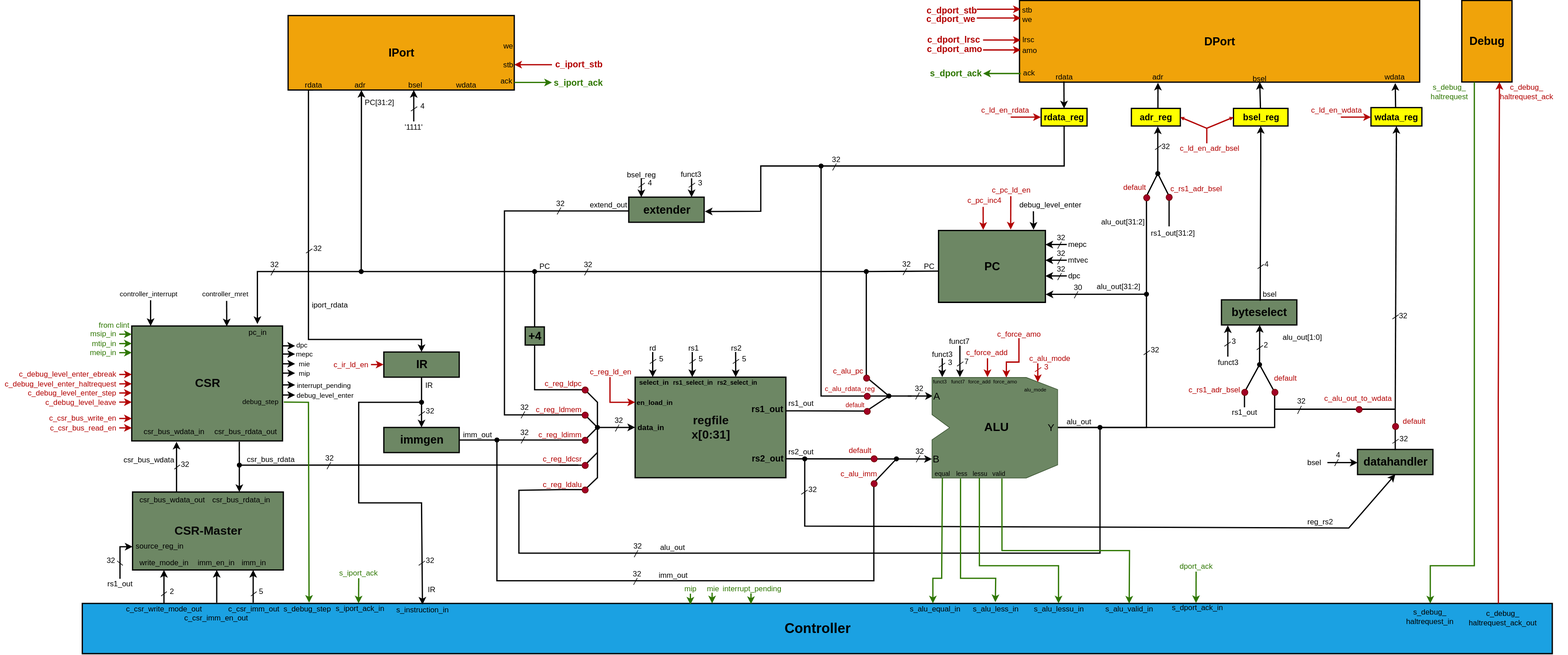
This is doc/manual/piconut/nuclei/figures/nucleus_ref/nucleus.drawio.svg from hsa-ees/piconut, a draw.io export, as it was before one commit. Source tidied: cells renumbered, new cells last; positions are measured from the earlier drawing's top-left corner, leaving out a move shared by most shapes.
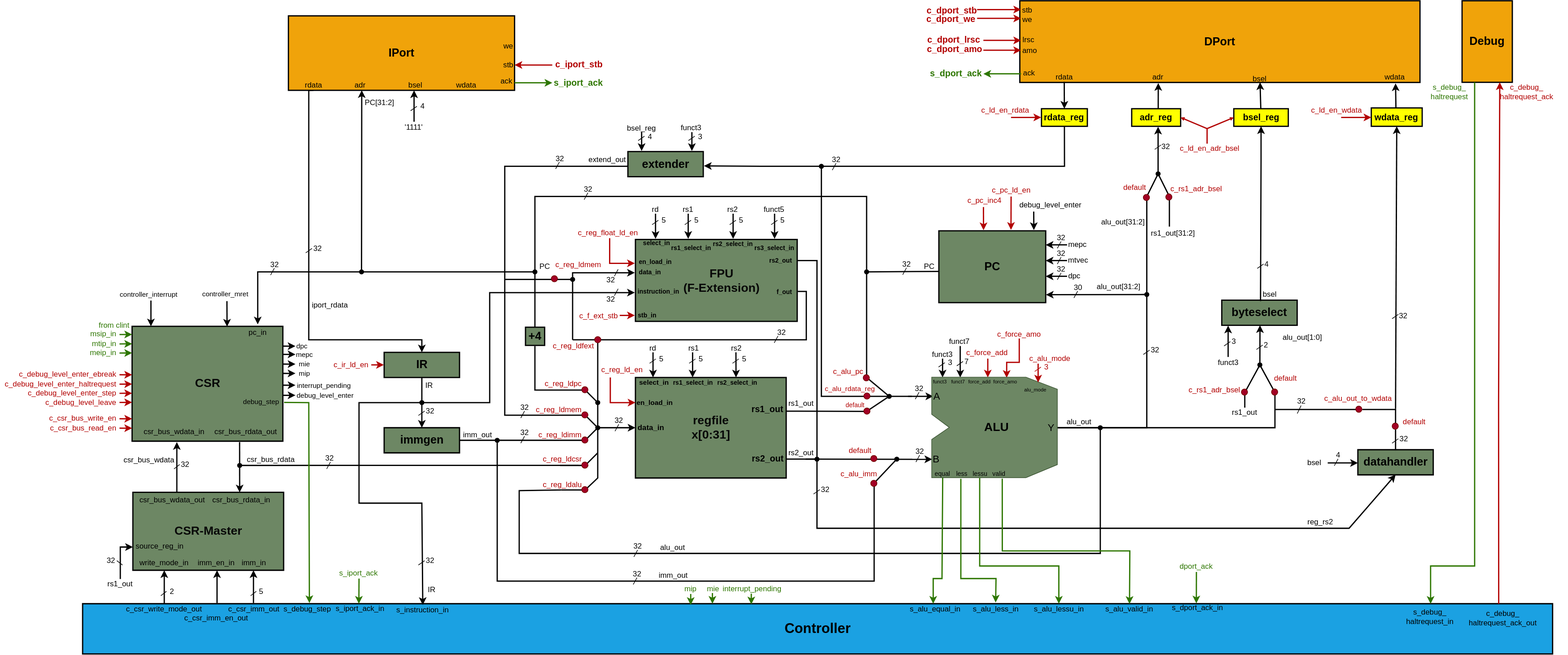
The same file after the commit.

Diff of the diagram source:
```diff
@@ -25,3 +25,4 @@
         <Array as="points">
-          <mxPoint x="803" y="334" />
+          <mxPoint x="999" y="263" />
+          <mxPoint x="803" y="263" />
           <mxPoint x="803" y="659" />
@@ -31,3 +32,3 @@
     <mxCell id="8" value="&lt;font color=&quot;#000000&quot; style=&quot;font-size: 18px;&quot;&gt;&lt;b&gt;extender&lt;/b&gt;&lt;/font&gt;" style="verticalLabelPosition=middle;verticalAlign=middle;html=1;shape=mxgraph.basic.rect;fillColor2=none;strokeWidth=2;size=20;indent=5;labelPosition=center;align=center;fillColor=#6d8764;fontColor=#ffffff;strokeColor=#000000;" parent="1" vertex="1">
-      <mxGeometry x="1000.9" y="312.6" width="120" height="40" as="geometry" />
+      <mxGeometry x="999" y="239.6" width="120" height="40" as="geometry" />
     </mxCell>
@@ -98,3 +99,4 @@
         <Array as="points">
-          <mxPoint x="851" y="431" />
+          <mxPoint x="851" y="311" />
+          <mxPoint x="1379" y="311" />
         </Array>
@@ -218,5 +220,5 @@
       <mxGeometry relative="1" as="geometry">
-        <mxPoint x="1281" y="729" as="sourcePoint" />
+        <mxPoint x="1300" y="729" as="sourcePoint" />
         <Array as="points">
-          <mxPoint x="1281" y="836" />
+          <mxPoint x="1300" y="839" />
           <mxPoint x="2147" y="839" />
@@ -295,3 +297,2 @@
           <mxPoint x="1211" y="263" />
-          <mxPoint x="1211" y="335" />
         </Array>
@@ -301,4 +302,4 @@
       <mxGeometry relative="1" as="geometry">
-        <mxPoint x="1020.9" y="282.6" as="sourcePoint" />
-        <mxPoint x="1020.9" y="312.6" as="targetPoint" />
+        <mxPoint x="1020.9" y="208.6" as="sourcePoint" />
+        <mxPoint x="1020.9" y="238.6" as="targetPoint" />
       </mxGeometry>
@@ -307,4 +308,4 @@
       <mxGeometry relative="1" as="geometry">
-        <mxPoint x="1100.9" y="282.6" as="sourcePoint" />
-        <mxPoint x="1100.9" y="312.6" as="targetPoint" />
+        <mxPoint x="1100.9" y="208.6" as="sourcePoint" />
+        <mxPoint x="1100.9" y="238.6" as="targetPoint" />
       </mxGeometry>
@@ -431,6 +432,6 @@
     <mxCell id="96" value="funct3" style="text;html=1;align=center;verticalAlign=middle;whiteSpace=wrap;rounded=0;" parent="1" vertex="1">
-      <mxGeometry x="1077.9" y="267.6" width="44" height="16.8" as="geometry" />
+      <mxGeometry x="1077.9" y="193.6" width="44" height="16.8" as="geometry" />
     </mxCell>
     <mxCell id="97" value="bsel_reg" style="text;html=1;align=center;verticalAlign=middle;whiteSpace=wrap;rounded=0;" parent="1" vertex="1">
-      <mxGeometry x="1005.9" y="273.6" width="30" height="6.8" as="geometry" />
+      <mxGeometry x="1005.9" y="199.6" width="30" height="6.8" as="geometry" />
     </mxCell>
@@ -459,3 +460,3 @@
     <mxCell id="103" value="extend_out" style="text;html=1;align=center;verticalAlign=middle;whiteSpace=wrap;rounded=0;" parent="1" vertex="1">
-      <mxGeometry x="935.9" y="318.6" width="65" height="13" as="geometry" />
+      <mxGeometry x="934" y="246.6" width="65" height="13" as="geometry" />
     </mxCell>
@@ -576,3 +577,3 @@
     <mxCell id="130" style="group;direction=west;rotation=90;" parent="1" vertex="1">
-      <mxGeometry x="888.4" y="331.6" width="23" height="16" as="geometry" />
+      <mxGeometry x="886.5" y="259.6" width="23" height="16" as="geometry" />
     </mxCell>
@@ -684,3 +685,3 @@
     <mxCell id="157" style="group;" parent="1" vertex="1">
-      <mxGeometry x="1275" y="770" width="30" height="16" as="geometry" />
+      <mxGeometry x="1295" y="770" width="30" height="16" as="geometry" />
     </mxCell>
@@ -696,3 +697,3 @@
     <mxCell id="160" style="group;direction=west;rotation=90;" parent="1" vertex="1">
-      <mxGeometry x="931.9" y="428.6" width="23" height="16" as="geometry" />
+      <mxGeometry x="931.9" y="308.6" width="23" height="16" as="geometry" />
     </mxCell>
@@ -754,3 +755,3 @@
     <mxCell id="175" style="group;" parent="1" vertex="1">
-      <mxGeometry x="1015.9" y="281.6" width="30" height="16" as="geometry" />
+      <mxGeometry x="1015.9" y="207.6" width="30" height="16" as="geometry" />
     </mxCell>
@@ -766,3 +767,3 @@
     <mxCell id="178" style="group;" parent="1" vertex="1">
-      <mxGeometry x="1095.9" y="281.6" width="30" height="16" as="geometry" />
+      <mxGeometry x="1095.9" y="207.6" width="30" height="16" as="geometry" />
     </mxCell>
@@ -837,3 +838,3 @@
     <mxCell id="196" value="c_reg_ld_en" style="text;html=1;align=left;verticalAlign=middle;whiteSpace=wrap;rounded=0;fontColor=#B20000;labelBorderColor=none;" parent="1" vertex="1">
-      <mxGeometry x="937" y="582" width="72" height="17" as="geometry" />
+      <mxGeometry x="954.5" y="578" width="72" height="17" as="geometry" />
     </mxCell>
@@ -1783,2 +1784,228 @@
     </mxCell>
+    <mxCell id="414" value="&lt;font color=&quot;#080808&quot;&gt;&lt;span style=&quot;font-size: 19px;&quot;&gt;&lt;b&gt;&amp;nbsp; &amp;nbsp;FPU&lt;/b&gt;&lt;/span&gt;&lt;/font&gt;&lt;div&gt;&lt;font color=&quot;#080808&quot;&gt;&lt;span style=&quot;font-size: 19px;&quot;&gt;&lt;b&gt;&amp;nbsp; &amp;nbsp;(F-Extension)&lt;/b&gt;&lt;/span&gt;&lt;/font&gt;&lt;/div&gt;" style="verticalLabelPosition=middle;verticalAlign=middle;html=1;shape=mxgraph.basic.rect;fillColor2=none;strokeWidth=2;size=20;indent=5;labelPosition=center;align=center;fillColor=#6d8764;fontColor=#ffffff;strokeColor=#000000;" parent="1" vertex="1">
+      <mxGeometry x="1011" y="379.4" width="257.5" height="130.4" as="geometry" />
+    </mxCell>
+    <mxCell id="415" value="&lt;div style=&quot;font-size: 10px;&quot;&gt;&lt;b&gt;rs2_select_in&lt;/b&gt;&lt;/div&gt;" style="text;html=1;align=center;verticalAlign=middle;whiteSpace=wrap;rounded=0;rotation=0;fontSize=10;" parent="1" vertex="1">
+      <mxGeometry x="1135" y="379.4" width="63" height="12.2" as="geometry" />
+    </mxCell>
+    <mxCell id="416" value="&lt;div style=&quot;font-size: 10px;&quot;&gt;&lt;b&gt;rs1_select_in&lt;/b&gt;&lt;/div&gt;" style="text;html=1;align=center;verticalAlign=middle;whiteSpace=wrap;rounded=0;direction=west;rotation=0;fontSize=10;" parent="1" vertex="1">
+      <mxGeometry x="1069" y="385.5" width="62" height="14" as="geometry" />
+    </mxCell>
+    <mxCell id="417" value="&lt;div style=&quot;font-size: 10px;&quot;&gt;&lt;b&gt;rs3&lt;/b&gt;&lt;b style=&quot;background-color: transparent; color: light-dark(rgb(0, 0, 0), rgb(255, 255, 255));&quot;&gt;_select_in&lt;/b&gt;&lt;/div&gt;" style="text;html=1;align=center;verticalAlign=middle;whiteSpace=wrap;rounded=0;rotation=0;fontSize=10;" parent="1" vertex="1">
+      <mxGeometry x="1201" y="386.4" width="63" height="12.2" as="geometry" />
+    </mxCell>
+    <mxCell id="418" value="&lt;div style=&quot;font-size: 10px;&quot;&gt;&lt;b&gt;rs2_out&lt;/b&gt;&lt;/div&gt;" style="text;html=1;align=center;verticalAlign=middle;whiteSpace=wrap;rounded=0;rotation=0;fontSize=10;" parent="1" vertex="1">
+      <mxGeometry x="1211" y="406.9" width="63" height="12.2" as="geometry" />
+    </mxCell>
+    <mxCell id="419" value="&lt;div style=&quot;font-size: 10px;&quot;&gt;&lt;b&gt;select_in&lt;/b&gt;&lt;/div&gt;" style="text;html=1;align=center;verticalAlign=middle;whiteSpace=wrap;rounded=0;direction=west;rotation=0;fontSize=10;" parent="1" vertex="1">
+      <mxGeometry x="1014" y="378.3" width="62" height="14" as="geometry" />
+    </mxCell>
+    <mxCell id="420" value="&lt;div style=&quot;font-size: 10px;&quot;&gt;&lt;b&gt;en_load_in&lt;/b&gt;&lt;/div&gt;" style="text;html=1;align=center;verticalAlign=middle;whiteSpace=wrap;rounded=0;direction=west;rotation=0;fontSize=10;" parent="1" vertex="1">
+      <mxGeometry x="1012" y="408.4" width="62" height="14" as="geometry" />
+    </mxCell>
+    <mxCell id="421" value="&lt;div style=&quot;font-size: 10px;&quot;&gt;&lt;b&gt;data_in&lt;/b&gt;&lt;/div&gt;" style="text;html=1;align=center;verticalAlign=middle;whiteSpace=wrap;rounded=0;direction=west;rotation=0;fontSize=10;" parent="1" vertex="1">
+      <mxGeometry x="1015" y="424.4" width="39" height="14" as="geometry" />
+    </mxCell>
+    <mxCell id="422" value="&lt;div style=&quot;font-size: 10px;&quot;&gt;&lt;b&gt;stb_in&lt;/b&gt;&lt;/div&gt;" style="text;html=1;align=center;verticalAlign=middle;whiteSpace=wrap;rounded=0;direction=west;rotation=0;fontSize=10;" parent="1" vertex="1">
+      <mxGeometry x="1014" y="493.4" width="32" height="14" as="geometry" />
+    </mxCell>
+    <mxCell id="423" value="&lt;div style=&quot;font-size: 10px;&quot;&gt;&lt;b&gt;instruction_in&lt;/b&gt;&lt;/div&gt;" style="text;html=1;align=center;verticalAlign=middle;whiteSpace=wrap;rounded=0;direction=west;rotation=0;fontSize=10;" parent="1" vertex="1">
+      <mxGeometry x="1012" y="455.4" width="72" height="14" as="geometry" />
+    </mxCell>
+    <mxCell id="424" value="&lt;div style=&quot;font-size: 10px;&quot;&gt;&lt;b&gt;f_out&lt;/b&gt;&lt;/div&gt;" style="text;html=1;align=center;verticalAlign=middle;whiteSpace=wrap;rounded=0;direction=west;rotation=0;fontSize=10;" parent="1" vertex="1">
+      <mxGeometry x="1232.5" y="455.6" width="33" height="14" as="geometry" />
+    </mxCell>
+    <mxCell id="425" value="&lt;div style=&quot;&quot;&gt;&lt;font style=&quot;font-size: 12px;&quot;&gt;rd&lt;/font&gt;&lt;/div&gt;" style="text;html=1;align=center;verticalAlign=middle;whiteSpace=wrap;rounded=0;rotation=0;fontSize=10;direction=west;" parent="1" vertex="1">
+      <mxGeometry x="1017" y="322.4" width="52" height="20" as="geometry" />
+    </mxCell>
+    <mxCell id="426" style="endArrow=classic;html=1;rounded=0;entryX=0.25;entryY=0;entryDx=0;entryDy=0;entryPerimeter=0;strokeWidth=2;" parent="1" edge="1">
+      <mxGeometry relative="1" as="geometry">
+        <mxPoint x="1043" y="338.4" as="sourcePoint" />
+        <mxPoint x="1043" y="378.4" as="targetPoint" />
+      </mxGeometry>
+    </mxCell>
+    <mxCell id="427" style="group;" parent="1" vertex="1">
+      <mxGeometry x="1038" y="341.4" width="30" height="16" as="geometry" />
+    </mxCell>
+    <mxCell id="428" style="endArrow=none;html=1;rounded=0;" parent="427" edge="1">
+      <mxGeometry relative="1" as="geometry">
+        <mxPoint y="15" as="sourcePoint" />
+        <mxPoint x="10" y="8" as="targetPoint" />
+      </mxGeometry>
+    </mxCell>
+    <mxCell id="429" value="5" style="text;html=1;align=center;verticalAlign=middle;whiteSpace=wrap;rounded=0;" parent="427" vertex="1">
+      <mxGeometry x="7" width="23" height="16" as="geometry" />
+    </mxCell>
+    <mxCell id="430" value="&lt;div style=&quot;&quot;&gt;&lt;font style=&quot;font-size: 12px;&quot;&gt;rs1&lt;/font&gt;&lt;/div&gt;" style="text;html=1;align=center;verticalAlign=middle;whiteSpace=wrap;rounded=0;rotation=0;fontSize=10;direction=west;" parent="1" vertex="1">
+      <mxGeometry x="1069" y="322.4" width="52" height="20" as="geometry" />
+    </mxCell>
+    <mxCell id="431" style="endArrow=classic;html=1;rounded=0;entryX=0.25;entryY=0;entryDx=0;entryDy=0;entryPerimeter=0;strokeWidth=2;" parent="1" edge="1">
+      <mxGeometry relative="1" as="geometry">
+        <mxPoint x="1095" y="338.4" as="sourcePoint" />
+        <mxPoint x="1095" y="378.4" as="targetPoint" />
+      </mxGeometry>
+    </mxCell>
+    <mxCell id="432" style="group;" parent="1" vertex="1">
+      <mxGeometry x="1090" y="341.4" width="30" height="16" as="geometry" />
+    </mxCell>
+    <mxCell id="433" style="endArrow=none;html=1;rounded=0;" parent="432" edge="1">
+      <mxGeometry relative="1" as="geometry">
+        <mxPoint y="15" as="sourcePoint" />
+        <mxPoint x="10" y="8" as="targetPoint" />
+      </mxGeometry>
+    </mxCell>
+    <mxCell id="434" value="5" style="text;html=1;align=center;verticalAlign=middle;whiteSpace=wrap;rounded=0;" parent="432" vertex="1">
+      <mxGeometry x="7" width="23" height="16" as="geometry" />
+    </mxCell>
+    <mxCell id="435" value="&lt;div style=&quot;&quot;&gt;&lt;font style=&quot;font-size: 12px;&quot;&gt;rs2&lt;/font&gt;&lt;/div&gt;" style="text;html=1;align=center;verticalAlign=middle;whiteSpace=wrap;rounded=0;rotation=0;fontSize=10;direction=west;" parent="1" vertex="1">
+      <mxGeometry x="1140.5" y="322.4" width="52" height="20" as="geometry" />
+    </mxCell>
+    <mxCell id="436" style="endArrow=classic;html=1;rounded=0;entryX=0.25;entryY=0;entryDx=0;entryDy=0;entryPerimeter=0;strokeWidth=2;" parent="1" edge="1">
+      <mxGeometry relative="1" as="geometry">
+        <mxPoint x="1166.5" y="338.4" as="sourcePoint" />
+        <mxPoint x="1166.5" y="378.4" as="targetPoint" />
+      </mxGeometry>
+    </mxCell>
+    <mxCell id="437" style="group;" parent="1" vertex="1">
+      <mxGeometry x="1161.5" y="341.4" width="30" height="16" as="geometry" />
+    </mxCell>
+    <mxCell id="438" style="endArrow=none;html=1;rounded=0;" parent="437" edge="1">
+      <mxGeometry relative="1" as="geometry">
+        <mxPoint y="15" as="sourcePoint" />
+        <mxPoint x="10" y="8" as="targetPoint" />
+      </mxGeometry>
+    </mxCell>
+    <mxCell id="439" value="5" style="text;html=1;align=center;verticalAlign=middle;whiteSpace=wrap;rounded=0;" parent="437" vertex="1">
+      <mxGeometry x="7" width="23" height="16" as="geometry" />
+    </mxCell>
+    <mxCell id="440" value="&lt;div style=&quot;&quot;&gt;&lt;font style=&quot;font-size: 12px;&quot;&gt;funct5&lt;/font&gt;&lt;/div&gt;" style="text;html=1;align=center;verticalAlign=middle;whiteSpace=wrap;rounded=0;rotation=0;fontSize=10;direction=west;" parent="1" vertex="1">
+      <mxGeometry x="1206.5" y="322.4" width="52" height="20" as="geometry" />
+    </mxCell>
+    <mxCell id="441" style="endArrow=classic;html=1;rounded=0;entryX=0.25;entryY=0;entryDx=0;entryDy=0;entryPerimeter=0;strokeWidth=2;" parent="1" edge="1">
+      <mxGeometry relative="1" as="geometry">
+        <mxPoint x="1232.5" y="338.4" as="sourcePoint" />
+        <mxPoint x="1232.5" y="378.4" as="targetPoint" />
+      </mxGeometry>
+    </mxCell>
+    <mxCell id="442" style="group;" parent="1" vertex="1">
+      <mxGeometry x="1227.5" y="341.4" width="30" height="16" as="geometry" />
+    </mxCell>
+    <mxCell id="443" style="endArrow=none;html=1;rounded=0;" parent="442" edge="1">
+      <mxGeometry relative="1" as="geometry">
+        <mxPoint y="15" as="sourcePoint" />
+        <mxPoint x="10" y="8" as="targetPoint" />
+      </mxGeometry>
+    </mxCell>
+    <mxCell id="444" value="5" style="text;html=1;align=center;verticalAlign=middle;whiteSpace=wrap;rounded=0;" parent="442" vertex="1">
+      <mxGeometry x="7" width="23" height="16" as="geometry" />
+    </mxCell>
+    <mxCell id="445" style="edgeStyle=elbowEdgeStyle;rounded=0;orthogonalLoop=1;jettySize=auto;html=1;endArrow=none;endFill=0;startArrow=classic;startFill=1;strokeColor=default;curved=0;shadow=0;flowAnimation=0;fixDash=0;backgroundOutline=0;snapToPoint=0;noJump=0;strokeWidth=2;" parent="1" edge="1">
+      <mxGeometry relative="1" as="geometry">
+        <mxPoint x="1010" y="432.4" as="sourcePoint" />
+        <mxPoint x="803" y="443" as="targetPoint" />
+        <Array as="points">
+          <mxPoint x="911" y="443" />
+        </Array>
+      </mxGeometry>
+    </mxCell>
+    <mxCell id="446" style="endArrow=none;html=1;rounded=0;" parent="1" edge="1">
+      <mxGeometry relative="1" as="geometry">
+        <mxPoint x="984" y="427.4" as="sourcePoint" />
+        <mxPoint x="978" y="438.4" as="targetPoint" />
+      </mxGeometry>
+    </mxCell>
+    <mxCell id="447" value="32" style="text;html=1;align=center;verticalAlign=middle;whiteSpace=wrap;rounded=0;rotation=0;" parent="1" vertex="1">
+      <mxGeometry x="964" y="435.9" width="16" height="16" as="geometry" />
+    </mxCell>
+    <mxCell id="448" style="shape=ellipse;fillColor=#a20025;strokeColor=#6F0000;html=1;sketch=0;fontColor=#ffffff;" parent="1" vertex="1">
+      <mxGeometry x="877.5" y="437.4" width="10" height="10" as="geometry" />
+    </mxCell>
+    <mxCell id="449" value="c_reg_ldmem" style="text;html=1;align=left;verticalAlign=middle;whiteSpace=wrap;rounded=0;fontColor=#B20000;labelBorderColor=none;" parent="1" vertex="1">
+      <mxGeometry x="881.6" y="411.1" width="72" height="17" as="geometry" />
+    </mxCell>
+    <mxCell id="450" style="endArrow=classic;html=1;rounded=0;fillColor=#e51400;strokeColor=#B20000;strokeWidth=2;" parent="1" edge="1">
+      <mxGeometry relative="1" as="geometry">
+        <mxPoint x="970" y="377.4" as="sourcePoint" />
+        <mxPoint x="1010" y="417.4" as="targetPoint" />
+        <Array as="points">
+          <mxPoint x="970" y="417.4" />
+        </Array>
+      </mxGeometry>
+    </mxCell>
+    <mxCell id="451" value="c_reg_float_ld_en" style="text;html=1;align=left;verticalAlign=middle;whiteSpace=wrap;rounded=0;fontColor=#B20000;labelBorderColor=none;" parent="1" vertex="1">
+      <mxGeometry x="918.5" y="360.4" width="103" height="17" as="geometry" />
+    </mxCell>
+    <mxCell id="452" style="endArrow=none;html=1;rounded=0;" parent="1" edge="1">
+      <mxGeometry relative="1" as="geometry">
+        <mxPoint x="984" y="458.4" as="sourcePoint" />
+        <mxPoint x="978" y="469.4" as="targetPoint" />
+      </mxGeometry>
+    </mxCell>
+    <mxCell id="453" value="32" style="text;html=1;align=center;verticalAlign=middle;whiteSpace=wrap;rounded=0;rotation=0;" parent="1" vertex="1">
+      <mxGeometry x="964" y="466.9" width="16" height="16" as="geometry" />
+    </mxCell>
+    <mxCell id="454" value="c_f_ext_stb" style="text;html=1;align=left;verticalAlign=middle;whiteSpace=wrap;rounded=0;fontColor=#B20000;labelBorderColor=none;" parent="1" vertex="1">
+      <mxGeometry x="920.5" y="492.8" width="72" height="17" as="geometry" />
+    </mxCell>
+    <mxCell id="455" style="edgeStyle=elbowEdgeStyle;rounded=0;orthogonalLoop=1;jettySize=auto;html=1;endArrow=none;endFill=0;startArrow=none;startFill=0;strokeColor=default;curved=0;shadow=0;flowAnimation=0;fixDash=0;backgroundOutline=0;snapToPoint=0;noJump=0;strokeWidth=2;" parent="1" edge="1">
+      <mxGeometry relative="1" as="geometry">
+        <mxPoint x="911" y="539" as="sourcePoint" />
+        <mxPoint x="1269.5" y="462.1" as="targetPoint" />
+        <Array as="points">
+          <mxPoint x="1283" y="491" />
+        </Array>
+      </mxGeometry>
+    </mxCell>
+    <mxCell id="456" style="endArrow=none;html=1;rounded=0;" parent="1" edge="1">
+      <mxGeometry relative="1" as="geometry">
+        <mxPoint x="1238.5" y="533.4" as="sourcePoint" />
+        <mxPoint x="1232.5" y="544.4" as="targetPoint" />
+      </mxGeometry>
+    </mxCell>
+    <mxCell id="457" value="32" style="text;html=1;align=center;verticalAlign=middle;whiteSpace=wrap;rounded=0;rotation=0;" parent="1" vertex="1">
+      <mxGeometry x="1236.5" y="520.4" width="16" height="16" as="geometry" />
+    </mxCell>
+    <mxCell id="458" style="endArrow=classic;html=1;rounded=0;startArrow=none;startFill=0;strokeWidth=2;" parent="1" edge="1">
+      <mxGeometry relative="1" as="geometry">
+        <mxPoint x="671.6" y="639" as="sourcePoint" />
+        <mxPoint x="1010" y="464" as="targetPoint" />
+        <Array as="points">
+          <mxPoint x="779" y="639" />
+          <mxPoint x="779" y="464" />
+        </Array>
+      </mxGeometry>
+    </mxCell>
+    <mxCell id="459" style="edgeStyle=elbowEdgeStyle;rounded=0;orthogonalLoop=1;jettySize=auto;html=1;endArrow=none;endFill=0;startArrow=none;startFill=0;strokeColor=default;curved=0;shadow=0;flowAnimation=0;fixDash=0;backgroundOutline=0;snapToPoint=0;noJump=0;strokeWidth=2;" parent="1" edge="1">
+      <mxGeometry relative="1" as="geometry">
+        <mxPoint x="1282" y="729" as="sourcePoint" />
+        <mxPoint x="1269" y="413" as="targetPoint" />
+        <Array as="points">
+          <mxPoint x="1300" y="506" />
+        </Array>
+      </mxGeometry>
+    </mxCell>
+    <mxCell id="460" style="endArrow=oval;html=1;rounded=0;entryX=0.25;entryY=0;entryDx=0;entryDy=0;entryPerimeter=0;strokeWidth=2;endFill=1;" parent="1" edge="1">
+      <mxGeometry relative="1" as="geometry">
+        <mxPoint x="951" y="540" as="sourcePoint" />
+        <mxPoint x="951" y="639" as="targetPoint" />
+      </mxGeometry>
+    </mxCell>
+    <mxCell id="461" style="endArrow=oval;html=1;rounded=0;strokeWidth=2;endFill=1;" parent="1" edge="1">
+      <mxGeometry relative="1" as="geometry">
+        <mxPoint x="911" y="539" as="sourcePoint" />
+        <mxPoint x="911" y="443" as="targetPoint" />
+      </mxGeometry>
+    </mxCell>
+    <mxCell id="462" style="shape=ellipse;fillColor=#a20025;strokeColor=#6F0000;html=1;sketch=0;fontColor=#ffffff;" parent="1" vertex="1">
+      <mxGeometry x="946.5" y="534.4" width="10" height="10" as="geometry" />
+    </mxCell>
+    <mxCell id="463" value="c_reg_ldfext" style="text;html=1;align=left;verticalAlign=middle;whiteSpace=wrap;rounded=0;fontColor=#B20000;labelBorderColor=none;" parent="1" vertex="1">
+      <mxGeometry x="877.5" y="540" width="72" height="17" as="geometry" />
+    </mxCell>
+    <mxCell id="464" style="endArrow=classic;html=1;rounded=0;fillColor=#e51400;strokeColor=#B20000;strokeWidth=2;" parent="1" edge="1">
+      <mxGeometry relative="1" as="geometry">
+        <mxPoint x="986" y="500.3" as="sourcePoint" />
+        <mxPoint x="1010" y="500.3" as="targetPoint" />
+      </mxGeometry>
+    </mxCell>
   </root>
```
